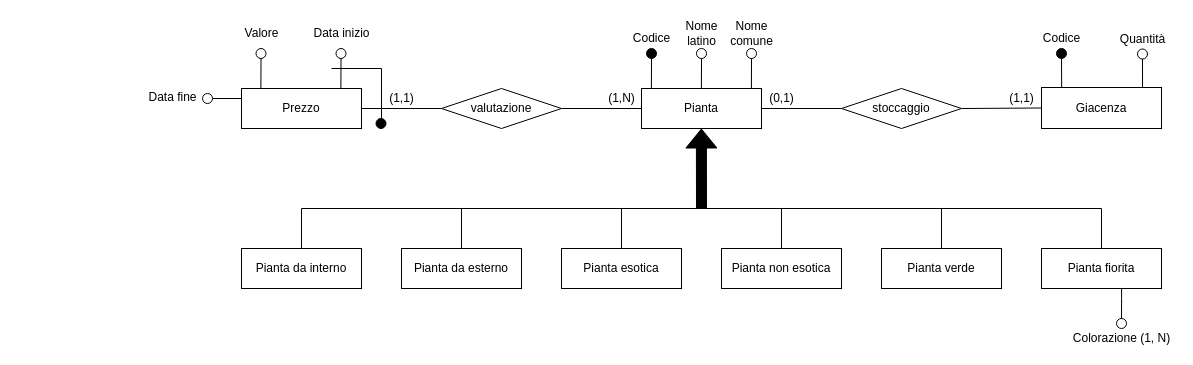
This is ER-diagrams/ER-Piante-bis.drawio from nic-agos/Verde-S.R.L, a draw.io file, before an edit. Source tidied: cells renumbered, new cells numbered last; positions are measured from the earlier drawing's top-left corner, leaving out a move shared by most shapes. Both pictures are drawn from the tidied source at 100%, with x=0, y=0 at pixel (142, 18).
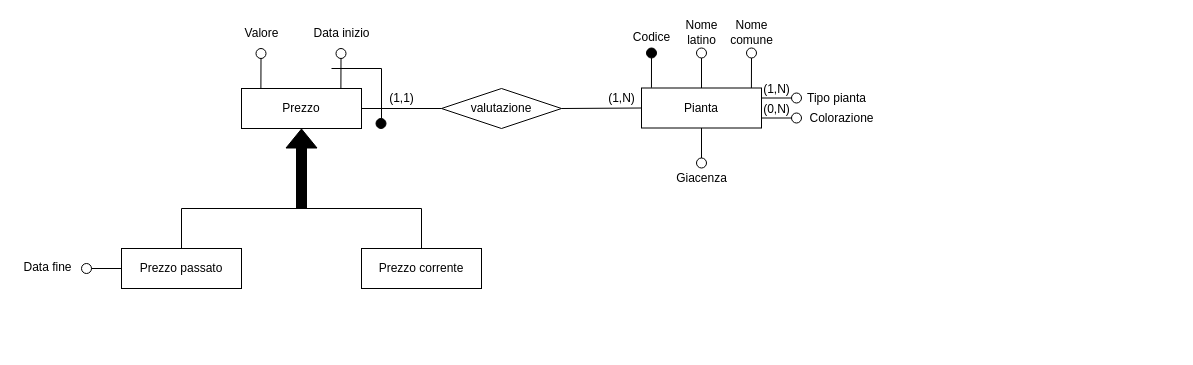
Above is the later version.

The change refers to these unchanged cells:
```xml
<mxCell id="29" value="Prezzo" style="rounded=0;whiteSpace=wrap;html=1;strokeWidth=1;perimeterSpacing=0;" parent="1" vertex="1">
  <mxGeometry x="99" y="70" width="120" height="40" as="geometry" />
</mxCell>
<mxCell id="30" value="valutazione" style="rhombus;whiteSpace=wrap;html=1;" parent="1" vertex="1">
  <mxGeometry x="299" y="70" width="120" height="40" as="geometry" />
</mxCell>
```

Change to the diagram source:
```diff
@@
-    <mxCell id="2" value="Pianta da interno" style="rounded=0;whiteSpace=wrap;html=1;strokeWidth=1;perimeterSpacing=0;" parent="1" vertex="1">
-      <mxGeometry x="99" y="230" width="120" height="40" as="geometry" />
-    </mxCell>
-    <mxCell id="3" value="Pianta da esterno" style="rounded=0;whiteSpace=wrap;html=1;strokeWidth=1;perimeterSpacing=0;" parent="1" vertex="1">
-      <mxGeometry x="259" y="230" width="120" height="40" as="geometry" />
-    </mxCell>
-    <mxCell id="4" value="Pianta esotica" style="rounded=0;whiteSpace=wrap;html=1;strokeWidth=1;perimeterSpacing=0;" parent="1" vertex="1">
-      <mxGeometry x="419" y="230" width="120" height="40" as="geometry" />
-    </mxCell>
-    <mxCell id="5" value="Pianta" style="rounded=0;whiteSpace=wrap;html=1;strokeWidth=1;perimeterSpacing=0;" parent="1" vertex="1">
-      <mxGeometry x="499" y="70" width="120" height="40" as="geometry" />
-    </mxCell>
-    <mxCell id="6" value="Pianta non esotica" style="rounded=0;whiteSpace=wrap;html=1;strokeWidth=1;perimeterSpacing=0;" parent="1" vertex="1">
-      <mxGeometry x="579" y="230" width="120" height="40" as="geometry" />
-    </mxCell>
-    <mxCell id="7" value="Pianta verde" style="rounded=0;whiteSpace=wrap;html=1;strokeWidth=1;perimeterSpacing=0;" parent="1" vertex="1">
-      <mxGeometry x="739" y="230" width="120" height="40" as="geometry" />
-    </mxCell>
-    <mxCell id="8" value="Pianta fiorita" style="rounded=0;whiteSpace=wrap;html=1;strokeWidth=1;perimeterSpacing=0;" parent="1" vertex="1">
-      <mxGeometry x="899" y="230" width="120" height="40" as="geometry" />
-    </mxCell>
-    <mxCell id="9" style="endArrow=none;html=1;rounded=0;" parent="1" edge="1">
-      <mxGeometry relative="1" as="geometry">
-        <mxPoint x="159" y="190" as="sourcePoint" />
-        <mxPoint x="959" y="190" as="targetPoint" />
-      </mxGeometry>
-    </mxCell>
-    <mxCell id="10" style="endArrow=none;html=1;rounded=0;exitX=0.5;exitY=0;exitDx=0;exitDy=0;" parent="1" edge="1" source="8">
-      <mxGeometry relative="1" as="geometry">
-        <mxPoint x="959" y="190" as="targetPoint" />
-      </mxGeometry>
-    </mxCell>
-    <mxCell id="11" style="endArrow=none;html=1;rounded=0;exitX=0.5;exitY=0;exitDx=0;exitDy=0;" parent="1" edge="1" source="7">
-      <mxGeometry relative="1" as="geometry">
-        <mxPoint x="799" y="190" as="targetPoint" />
-      </mxGeometry>
-    </mxCell>
-    <mxCell id="12" style="endArrow=none;html=1;rounded=0;exitX=0.5;exitY=0;exitDx=0;exitDy=0;" parent="1" edge="1" source="6">
-      <mxGeometry relative="1" as="geometry">
-        <mxPoint x="639" y="190" as="targetPoint" />
-      </mxGeometry>
-    </mxCell>
-    <mxCell id="13" style="endArrow=none;html=1;rounded=0;exitX=0.5;exitY=0;exitDx=0;exitDy=0;" parent="1" edge="1" source="4">
-      <mxGeometry relative="1" as="geometry">
-        <mxPoint x="479" y="190" as="targetPoint" />
-      </mxGeometry>
-    </mxCell>
-    <mxCell id="14" style="endArrow=none;html=1;rounded=0;exitX=0.5;exitY=0;exitDx=0;exitDy=0;" parent="1" edge="1" source="3">
-      <mxGeometry relative="1" as="geometry">
-        <mxPoint x="319" y="190" as="targetPoint" />
-      </mxGeometry>
-    </mxCell>
-    <mxCell id="15" style="endArrow=none;html=1;rounded=0;exitX=0.5;exitY=0;exitDx=0;exitDy=0;" parent="1" edge="1" source="2">
-      <mxGeometry relative="1" as="geometry">
-        <mxPoint x="159" y="190" as="targetPoint" />
-      </mxGeometry>
-    </mxCell>
-    <mxCell id="16" style="shape=flexArrow;endArrow=classic;html=1;rounded=0;fillColor=#000000;" parent="1" edge="1">
-      <mxGeometry relative="1" as="geometry">
-        <mxPoint x="559" y="190" as="sourcePoint" />
-        <mxPoint x="558.9" y="110" as="targetPoint" />
-      </mxGeometry>
-    </mxCell>
-    <mxCell id="17" style="endArrow=none;html=1;rounded=0;fillColor=#000000;entryX=0.166;entryY=0;entryDx=0;entryDy=0;entryPerimeter=0;exitX=0.5;exitY=1;exitDx=0;exitDy=0;" parent="1" edge="1" source="18">
-      <mxGeometry relative="1" as="geometry">
-        <mxPoint x="508.9" y="70" as="targetPoint" />
-      </mxGeometry>
-    </mxCell>
-    <mxCell id="18" style="ellipse;whiteSpace=wrap;html=1;strokeWidth=1;fillColor=#000000;" parent="1" vertex="1">
-      <mxGeometry x="504" y="30" width="10" height="10" as="geometry" />
-    </mxCell>
-    <mxCell id="19" value="Codice" style="text;html=1;align=center;verticalAlign=middle;strokeColor=none;fillColor=none;" parent="1" vertex="1">
-      <mxGeometry x="484" y="10" width="50" height="20" as="geometry" />
-    </mxCell>
-    <mxCell id="20" style="endArrow=none;html=1;rounded=0;fillColor=#000000;entryX=0.166;entryY=0;entryDx=0;entryDy=0;entryPerimeter=0;exitX=0.5;exitY=1;exitDx=0;exitDy=0;" parent="1" edge="1" source="21">
-      <mxGeometry relative="1" as="geometry">
-        <mxPoint x="558.9" y="70" as="targetPoint" />
-      </mxGeometry>
-    </mxCell>
-    <mxCell id="21" style="ellipse;whiteSpace=wrap;html=1;strokeWidth=1;fillColor=none;" parent="1" vertex="1">
-      <mxGeometry x="554" y="30" width="10" height="10" as="geometry" />
-    </mxCell>
-    <mxCell id="22" value="Nome &lt;br&gt;latino" style="text;html=1;align=center;verticalAlign=middle;strokeColor=none;fillColor=none;" parent="1" vertex="1">
-      <mxGeometry x="534" width="50" height="30" as="geometry" />
-    </mxCell>
-    <mxCell id="23" style="endArrow=none;html=1;rounded=0;fillColor=#000000;entryX=0.166;entryY=0;entryDx=0;entryDy=0;entryPerimeter=0;exitX=0.5;exitY=1;exitDx=0;exitDy=0;" parent="1" edge="1" source="24">
-      <mxGeometry relative="1" as="geometry">
-        <mxPoint x="608.9" y="70" as="targetPoint" />
-      </mxGeometry>
-    </mxCell>
-    <mxCell id="24" style="ellipse;whiteSpace=wrap;html=1;strokeWidth=1;fillColor=none;" parent="1" vertex="1">
-      <mxGeometry x="604" y="30" width="10" height="10" as="geometry" />
-    </mxCell>
-    <mxCell id="25" value="Nome &lt;br&gt;comune" style="text;html=1;align=center;verticalAlign=middle;strokeColor=none;fillColor=none;" parent="1" vertex="1">
-      <mxGeometry x="579" width="60" height="30" as="geometry" />
-    </mxCell>
-    <mxCell id="26" style="endArrow=none;html=1;rounded=0;fillColor=#000000;entryX=0.5;entryY=0;entryDx=0;entryDy=0;" parent="1" edge="1" target="27">
-      <mxGeometry relative="1" as="geometry">
-        <mxPoint x="979.1" y="270" as="sourcePoint" />
-        <Array as="points">
-          <mxPoint x="979.1" y="280" />
-        </Array>
-      </mxGeometry>
-    </mxCell>
-    <mxCell id="27" style="ellipse;whiteSpace=wrap;html=1;strokeWidth=1;fillColor=none;" parent="1" vertex="1">
-      <mxGeometry x="974" y="300" width="10" height="10" as="geometry" />
-    </mxCell>
-    <mxCell id="28" value="Colorazione (1, N)" style="text;html=1;align=center;verticalAlign=middle;strokeColor=none;fillColor=none;" parent="1" vertex="1">
-      <mxGeometry x="924" y="310" width="110" height="20" as="geometry" />
-    </mxCell>
@@
-    <mxCell id="31" style="endArrow=none;html=1;rounded=0;entryX=0;entryY=0.5;entryDx=0;entryDy=0;exitX=1;exitY=0.5;exitDx=0;exitDy=0;" parent="1" edge="1" source="30" target="5">
+    <mxCell id="31" style="endArrow=none;html=1;rounded=0;exitX=1;exitY=0.5;exitDx=0;exitDy=0;entryX=0;entryY=0.5;entryDx=0;entryDy=0;" parent="1" edge="1" source="30" target="5">
       <mxGeometry relative="1" as="geometry" />
     </mxCell>
@@
     <mxCell id="41" value="(1,N)" style="text;html=1;align=center;verticalAlign=middle;strokeColor=none;fillColor=none;" parent="1" vertex="1">
-      <mxGeometry x="459" y="70" width="40" height="20" as="geometry" />
+      <mxGeometry x="459" y="69.5" width="40" height="20" as="geometry" />
     </mxCell>
@@
-    <mxCell id="43" style="ellipse;whiteSpace=wrap;html=1;strokeWidth=1;fillColor=none;" parent="1" vertex="1">
-      <mxGeometry x="60" y="75" width="10" height="10" as="geometry" />
-    </mxCell>
-    <mxCell id="44" style="endArrow=none;html=1;rounded=0;exitX=1;exitY=0.5;exitDx=0;exitDy=0;entryX=0;entryY=0.25;entryDx=0;entryDy=0;" parent="1" edge="1" source="43" target="29">
-      <mxGeometry relative="1" as="geometry" />
-    </mxCell>
+    <mxCell id="58" value="Prezzo passato" style="rounded=0;whiteSpace=wrap;html=1;strokeWidth=1;perimeterSpacing=0;" parent="1" vertex="1">
+      <mxGeometry x="-21" y="230" width="120" height="40" as="geometry" />
+    </mxCell>
+    <mxCell id="59" value="Prezzo corrente" style="rounded=0;whiteSpace=wrap;html=1;strokeWidth=1;perimeterSpacing=0;" parent="1" vertex="1">
+      <mxGeometry x="219" y="230" width="120" height="40" as="geometry" />
+    </mxCell>
+    <mxCell id="60" style="endArrow=none;html=1;rounded=0;exitX=0.5;exitY=0;exitDx=0;exitDy=0;entryX=0.5;entryY=0;entryDx=0;entryDy=0;" parent="1" edge="1" source="58" target="59">
+      <mxGeometry relative="1" as="geometry">
+        <Array as="points">
+          <mxPoint x="39" y="190" />
+          <mxPoint x="279" y="190" />
+        </Array>
+      </mxGeometry>
+    </mxCell>
+    <mxCell id="61" style="shape=flexArrow;endArrow=classic;html=1;rounded=0;entryX=0.5;entryY=1;entryDx=0;entryDy=0;fillColor=#000000;" parent="1" edge="1" target="29">
+      <mxGeometry relative="1" as="geometry">
+        <mxPoint x="159" y="190" as="sourcePoint" />
+      </mxGeometry>
+    </mxCell>
+    <mxCell id="62" style="ellipse;whiteSpace=wrap;html=1;strokeWidth=1;fillColor=none;" parent="1" vertex="1">
+      <mxGeometry x="-61" y="245" width="10" height="10" as="geometry" />
+    </mxCell>
+    <mxCell id="63" style="endArrow=none;html=1;rounded=0;exitX=1;exitY=0.5;exitDx=0;exitDy=0;entryX=0;entryY=0.5;entryDx=0;entryDy=0;" parent="1" edge="1" source="62" target="58">
+      <mxGeometry relative="1" as="geometry" />
+    </mxCell>
     <mxCell id="45" value="Data fine" style="text;html=1;align=center;verticalAlign=middle;strokeColor=none;fillColor=none;" parent="1" vertex="1">
-      <mxGeometry y="69" width="60" height="20" as="geometry" />
+      <mxGeometry x="-125" y="239" width="60" height="20" as="geometry" />
     </mxCell>
+    <mxCell id="5" value="Pianta" style="rounded=0;whiteSpace=wrap;html=1;strokeWidth=1;perimeterSpacing=0;" parent="1" vertex="1">
+      <mxGeometry x="499" y="69.5" width="120" height="40" as="geometry" />
+    </mxCell>
+    <mxCell id="64" style="endArrow=none;html=1;rounded=0;fillColor=#000000;entryX=0.083;entryY=-0.006;entryDx=0;entryDy=0;entryPerimeter=0;exitX=0.5;exitY=1;exitDx=0;exitDy=0;" parent="1" edge="1" source="65" target="5">
+      <mxGeometry relative="1" as="geometry" />
+    </mxCell>
+    <mxCell id="65" style="ellipse;whiteSpace=wrap;html=1;strokeWidth=1;fillColor=#000000;" parent="1" vertex="1">
+      <mxGeometry x="504" y="29.5" width="10" height="10" as="geometry" />
+    </mxCell>
+    <mxCell id="66" value="Codice" style="text;html=1;align=center;verticalAlign=middle;strokeColor=none;fillColor=none;" parent="1" vertex="1">
+      <mxGeometry x="484" y="8.5" width="50" height="20" as="geometry" />
+    </mxCell>
+    <mxCell id="67" style="endArrow=none;html=1;rounded=0;fillColor=#000000;entryX=0.5;entryY=0;entryDx=0;entryDy=0;exitX=0.5;exitY=1;exitDx=0;exitDy=0;" parent="1" edge="1" source="68" target="5">
+      <mxGeometry relative="1" as="geometry" />
+    </mxCell>
+    <mxCell id="68" style="ellipse;whiteSpace=wrap;html=1;strokeWidth=1;fillColor=none;" parent="1" vertex="1">
+      <mxGeometry x="554" y="29.5" width="10" height="10" as="geometry" />
+    </mxCell>
+    <mxCell id="22" value="Nome &lt;br&gt;latino" style="text;html=1;align=center;verticalAlign=middle;strokeColor=none;fillColor=none;" parent="1" vertex="1">
+      <mxGeometry x="534" y="-1.5" width="50" height="30" as="geometry" />
+    </mxCell>
+    <mxCell id="69" style="endArrow=none;html=1;rounded=0;fillColor=#000000;entryX=0.916;entryY=-0.001;entryDx=0;entryDy=0;entryPerimeter=0;exitX=0.5;exitY=1;exitDx=0;exitDy=0;" parent="1" edge="1" source="70" target="5">
+      <mxGeometry relative="1" as="geometry" />
+    </mxCell>
+    <mxCell id="70" style="ellipse;whiteSpace=wrap;html=1;strokeWidth=1;fillColor=none;" parent="1" vertex="1">
+      <mxGeometry x="604" y="29.5" width="10" height="10" as="geometry" />
+    </mxCell>
+    <mxCell id="25" value="Nome &lt;br&gt;comune" style="text;html=1;align=center;verticalAlign=middle;strokeColor=none;fillColor=none;" parent="1" vertex="1">
+      <mxGeometry x="579" y="-1.5" width="60" height="30" as="geometry" />
+    </mxCell>
+    <mxCell id="71" style="ellipse;whiteSpace=wrap;html=1;strokeWidth=1;fillColor=none;" parent="1" vertex="1">
+      <mxGeometry x="649" y="74.5" width="10" height="10" as="geometry" />
+    </mxCell>
+    <mxCell id="72" style="endArrow=none;html=1;rounded=0;exitX=1;exitY=0.25;exitDx=0;exitDy=0;entryX=0;entryY=0.5;entryDx=0;entryDy=0;" parent="1" edge="1" source="5" target="71">
+      <mxGeometry relative="1" as="geometry" />
+    </mxCell>
+    <mxCell id="73" value="Tipo pianta" style="text;html=1;align=center;verticalAlign=middle;strokeColor=none;fillColor=none;" parent="1" vertex="1">
+      <mxGeometry x="659" y="69.5" width="70" height="20" as="geometry" />
+    </mxCell>
+    <mxCell id="74" value="(1,N)" style="text;html=1;align=center;verticalAlign=middle;strokeColor=none;fillColor=none;" parent="1" vertex="1">
+      <mxGeometry x="614" y="60.5" width="40" height="20" as="geometry" />
+    </mxCell>
+    <mxCell id="75" style="ellipse;whiteSpace=wrap;html=1;strokeWidth=1;fillColor=none;" parent="1" vertex="1">
+      <mxGeometry x="649" y="94.5" width="10" height="10" as="geometry" />
+    </mxCell>
+    <mxCell id="76" style="endArrow=none;html=1;rounded=0;exitX=1;exitY=0.75;exitDx=0;exitDy=0;entryX=0;entryY=0.5;entryDx=0;entryDy=0;" parent="1" edge="1" source="5" target="75">
+      <mxGeometry relative="1" as="geometry" />
+    </mxCell>
+    <mxCell id="77" value="Colorazione" style="text;html=1;align=center;verticalAlign=middle;strokeColor=none;fillColor=none;" parent="1" vertex="1">
+      <mxGeometry x="659" y="89.5" width="80" height="20" as="geometry" />
+    </mxCell>
+    <mxCell id="78" value="(0,N)" style="text;html=1;align=center;verticalAlign=middle;strokeColor=none;fillColor=none;" parent="1" vertex="1">
+      <mxGeometry x="614" y="80.5" width="40" height="20" as="geometry" />
+    </mxCell>
+    <mxCell id="79" style="ellipse;whiteSpace=wrap;html=1;strokeWidth=1;fillColor=none;" parent="1" vertex="1">
+      <mxGeometry x="554" y="139.5" width="10" height="10" as="geometry" />
+    </mxCell>
+    <mxCell id="80" style="endArrow=none;html=1;rounded=0;entryX=0.5;entryY=1;entryDx=0;entryDy=0;" parent="1" edge="1" target="5">
+      <mxGeometry relative="1" as="geometry">
+        <mxPoint x="559" y="139.5" as="sourcePoint" />
+      </mxGeometry>
+    </mxCell>
-    <mxCell id="46" value="Giacenza" style="rounded=0;whiteSpace=wrap;html=1;strokeWidth=1;perimeterSpacing=0;" parent="1" vertex="1">
-      <mxGeometry x="899" y="69" width="120" height="41" as="geometry" />
+    <mxCell id="46" value="Giacenza" style="text;html=1;align=center;verticalAlign=middle;points=[];strokeColor=none;fillColor=none;" parent="1" vertex="1">
+      <mxGeometry x="524" y="149.5" width="70" height="20" as="geometry" />
     </mxCell>
-    <mxCell id="47" value="stoccaggio" style="rhombus;whiteSpace=wrap;html=1;" parent="1" vertex="1">
-      <mxGeometry x="699" y="70" width="120" height="40" as="geometry" />
-    </mxCell>
-    <mxCell id="48" style="endArrow=none;html=1;rounded=0;exitX=1;exitY=0.5;exitDx=0;exitDy=0;entryX=0;entryY=0.5;entryDx=0;entryDy=0;" parent="1" edge="1" source="5" target="47">
-      <mxGeometry relative="1" as="geometry" />
-    </mxCell>
-    <mxCell id="49" style="endArrow=none;html=1;rounded=0;entryX=0;entryY=0.5;entryDx=0;entryDy=0;exitX=1;exitY=0.5;exitDx=0;exitDy=0;" parent="1" edge="1" source="47" target="46">
-      <mxGeometry relative="1" as="geometry" />
-    </mxCell>
-    <mxCell id="50" value="(0,1)" style="text;html=1;align=center;verticalAlign=middle;strokeColor=none;fillColor=none;" parent="1" vertex="1">
-      <mxGeometry x="619" y="70" width="40" height="20" as="geometry" />
-    </mxCell>
-    <mxCell id="51" value="(1,1)" style="text;html=1;align=center;verticalAlign=middle;strokeColor=none;fillColor=none;" parent="1" vertex="1">
-      <mxGeometry x="859" y="70" width="40" height="20" as="geometry" />
-    </mxCell>
-    <mxCell id="52" style="endArrow=none;html=1;rounded=0;fillColor=#000000;exitX=0.5;exitY=1;exitDx=0;exitDy=0;entryX=0.168;entryY=-0.011;entryDx=0;entryDy=0;entryPerimeter=0;" parent="1" edge="1" source="53" target="46">
-      <mxGeometry relative="1" as="geometry" />
-    </mxCell>
-    <mxCell id="53" style="ellipse;whiteSpace=wrap;html=1;strokeWidth=1;fillColor=#000000;" parent="1" vertex="1">
-      <mxGeometry x="914" y="30" width="10" height="10" as="geometry" />
-    </mxCell>
-    <mxCell id="54" value="Codice" style="text;html=1;align=center;verticalAlign=middle;strokeColor=none;fillColor=none;" parent="1" vertex="1">
-      <mxGeometry x="894" y="10" width="50" height="20" as="geometry" />
-    </mxCell>
-    <mxCell id="55" style="endArrow=none;html=1;rounded=0;fillColor=#000000;exitX=0.5;exitY=1;exitDx=0;exitDy=0;entryX=0.842;entryY=-0.009;entryDx=0;entryDy=0;entryPerimeter=0;" parent="1" edge="1" source="56" target="46">
-      <mxGeometry relative="1" as="geometry" />
-    </mxCell>
-    <mxCell id="56" style="ellipse;whiteSpace=wrap;html=1;strokeWidth=1;fillColor=none;" parent="1" vertex="1">
-      <mxGeometry x="995" y="30.5" width="10" height="10" as="geometry" />
-    </mxCell>
-    <mxCell id="57" value="Quantità" style="text;html=1;align=center;verticalAlign=middle;strokeColor=none;fillColor=none;" parent="1" vertex="1">
-      <mxGeometry x="970" y="10.5" width="60" height="20" as="geometry" />
-    </mxCell>
```
